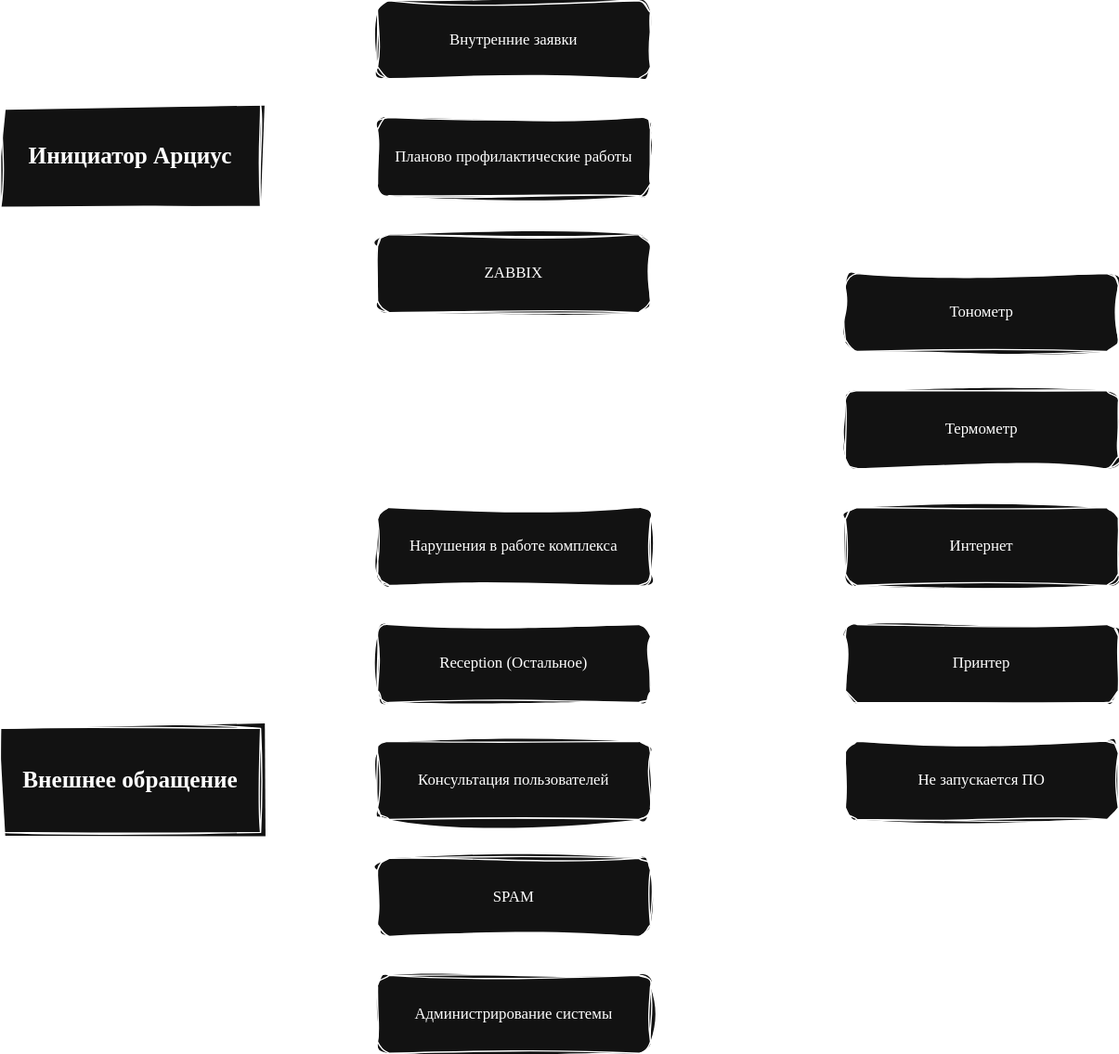
KhatsaevK/drawio keeps this draw.io diagram as test_2.drawio.svg. Above is the earlier version. Source tidied: cells renumbered, new cells last; positions are measured from the earlier drawing's top-left corner, leaving out a move shared by most shapes.
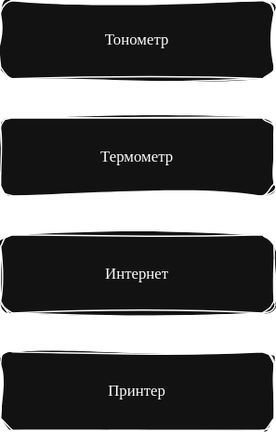
The same file after the commit.

Diff of the diagram source:
```diff
@@ -2,85 +2,6 @@
   <root>
     <mxCell id="0" />
     <mxCell id="1" parent="0" />
-    <mxCell id="2" style="edgeStyle=orthogonalEdgeStyle;rounded=0;sketch=1;hachureGap=4;jiggle=2;curveFitting=1;jettySize=auto;html=1;exitX=1;exitY=0;exitDx=0;exitDy=0;fontFamily=Architects Daughter;fontSource=https%3A%2F%2Ffonts.googleapis.com%2Fcss%3Ffamily%3DArchitects%2BDaughter;entryX=0;entryY=0.5;entryDx=0;entryDy=0;" parent="1" edge="1" source="5" target="12">
-      <mxGeometry relative="1" as="geometry" />
-    </mxCell>
-    <mxCell id="3" style="edgeStyle=orthogonalEdgeStyle;rounded=0;sketch=1;hachureGap=4;jiggle=2;curveFitting=1;jettySize=auto;html=1;exitX=1;exitY=1;exitDx=0;exitDy=0;fontFamily=Architects Daughter;fontSource=https%3A%2F%2Ffonts.googleapis.com%2Fcss%3Ffamily%3DArchitects%2BDaughter;entryX=0;entryY=0.5;entryDx=0;entryDy=0;" parent="1" edge="1" source="5" target="14">
-      <mxGeometry relative="1" as="geometry" />
-    </mxCell>
-    <mxCell id="4" style="edgeStyle=orthogonalEdgeStyle;rounded=0;sketch=1;hachureGap=4;jiggle=2;curveFitting=1;jettySize=auto;html=1;exitX=1;exitY=0.5;exitDx=0;exitDy=0;entryX=0;entryY=0.5;entryDx=0;entryDy=0;fontFamily=Architects Daughter;fontSource=https%3A%2F%2Ffonts.googleapis.com%2Fcss%3Ffamily%3DArchitects%2BDaughter;" parent="1" edge="1" source="5" target="13">
-      <mxGeometry relative="1" as="geometry" />
-    </mxCell>
-    <mxCell id="5" value="&lt;h2&gt;&lt;font face=&quot;Times New Roman&quot;&gt;Инициатор Арциус&lt;/font&gt;&lt;/h2&gt;" style="rounded=0;whiteSpace=wrap;html=1;sketch=1;hachureGap=4;jiggle=2;curveFitting=1;fontFamily=Architects Daughter;fontSource=https%3A%2F%2Ffonts.googleapis.com%2Fcss%3Ffamily%3DArchitects%2BDaughter;" parent="1" vertex="1">
-      <mxGeometry y="80" width="200" height="80" as="geometry" />
-    </mxCell>
-    <mxCell id="6" style="edgeStyle=orthogonalEdgeStyle;rounded=0;sketch=1;hachureGap=4;jiggle=2;curveFitting=1;jettySize=auto;html=1;exitX=1;exitY=0;exitDx=0;exitDy=0;entryX=0;entryY=0.5;entryDx=0;entryDy=0;fontFamily=Architects Daughter;fontSource=https%3A%2F%2Ffonts.googleapis.com%2Fcss%3Ffamily%3DArchitects%2BDaughter;" parent="1" edge="1" source="11" target="20">
-      <mxGeometry relative="1" as="geometry" />
-    </mxCell>
-    <mxCell id="7" style="edgeStyle=orthogonalEdgeStyle;rounded=0;sketch=1;hachureGap=4;jiggle=2;curveFitting=1;jettySize=auto;html=1;exitX=1;exitY=0.25;exitDx=0;exitDy=0;entryX=0;entryY=0.5;entryDx=0;entryDy=0;fontFamily=Architects Daughter;fontSource=https%3A%2F%2Ffonts.googleapis.com%2Fcss%3Ffamily%3DArchitects%2BDaughter;" parent="1" edge="1" source="11" target="21">
-      <mxGeometry relative="1" as="geometry" />
-    </mxCell>
-    <mxCell id="8" style="edgeStyle=orthogonalEdgeStyle;rounded=0;sketch=1;hachureGap=4;jiggle=2;curveFitting=1;jettySize=auto;html=1;exitX=1;exitY=0.5;exitDx=0;exitDy=0;fontFamily=Architects Daughter;fontSource=https%3A%2F%2Ffonts.googleapis.com%2Fcss%3Ffamily%3DArchitects%2BDaughter;" parent="1" edge="1" source="11" target="22">
-      <mxGeometry relative="1" as="geometry" />
-    </mxCell>
-    <mxCell id="9" style="edgeStyle=orthogonalEdgeStyle;rounded=0;sketch=1;hachureGap=4;jiggle=2;curveFitting=1;jettySize=auto;html=1;exitX=1;exitY=0.75;exitDx=0;exitDy=0;entryX=0;entryY=0.5;entryDx=0;entryDy=0;fontFamily=Architects Daughter;fontSource=https%3A%2F%2Ffonts.googleapis.com%2Fcss%3Ffamily%3DArchitects%2BDaughter;" parent="1" edge="1" source="11" target="23">
-      <mxGeometry relative="1" as="geometry" />
-    </mxCell>
-    <mxCell id="10" style="edgeStyle=orthogonalEdgeStyle;rounded=0;sketch=1;hachureGap=4;jiggle=2;curveFitting=1;jettySize=auto;html=1;exitX=1;exitY=1;exitDx=0;exitDy=0;entryX=0;entryY=0.5;entryDx=0;entryDy=0;fontFamily=Architects Daughter;fontSource=https%3A%2F%2Ffonts.googleapis.com%2Fcss%3Ffamily%3DArchitects%2BDaughter;" parent="1" edge="1" source="11" target="24">
-      <mxGeometry relative="1" as="geometry" />
-    </mxCell>
-    <mxCell id="11" value="&lt;h2&gt;&lt;font face=&quot;Times New Roman&quot;&gt;Внешнее обращение&lt;/font&gt;&lt;/h2&gt;" style="rounded=0;whiteSpace=wrap;html=1;sketch=1;hachureGap=4;jiggle=2;curveFitting=1;fontFamily=Architects Daughter;fontSource=https%3A%2F%2Ffonts.googleapis.com%2Fcss%3Ffamily%3DArchitects%2BDaughter;" parent="1" vertex="1">
-      <mxGeometry y="560" width="200" height="80" as="geometry" />
-    </mxCell>
-    <mxCell id="12" value="Внутренние заявки" style="rounded=1;whiteSpace=wrap;html=1;sketch=1;hachureGap=4;jiggle=2;curveFitting=1;fontFamily=Times New Roman;" parent="1" vertex="1">
-      <mxGeometry x="290" width="210" height="60" as="geometry" />
-    </mxCell>
-    <mxCell id="13" value="Планово профилактические работы" style="rounded=1;whiteSpace=wrap;html=1;sketch=1;hachureGap=4;jiggle=2;curveFitting=1;fontFamily=Times New Roman;" parent="1" vertex="1">
-      <mxGeometry x="290" y="90" width="210" height="60" as="geometry" />
-    </mxCell>
-    <mxCell id="14" value="ZABBIX" style="rounded=1;whiteSpace=wrap;html=1;sketch=1;hachureGap=4;jiggle=2;curveFitting=1;fontFamily=Times New Roman;" parent="1" vertex="1">
-      <mxGeometry x="290" y="180" width="210" height="60" as="geometry" />
-    </mxCell>
-    <mxCell id="15" style="edgeStyle=orthogonalEdgeStyle;rounded=0;sketch=1;hachureGap=4;jiggle=2;curveFitting=1;jettySize=auto;html=1;exitX=1;exitY=0;exitDx=0;exitDy=0;entryX=0;entryY=0.5;entryDx=0;entryDy=0;fontFamily=Architects Daughter;fontSource=https%3A%2F%2Ffonts.googleapis.com%2Fcss%3Ffamily%3DArchitects%2BDaughter;" parent="1" edge="1" source="20" target="25">
-      <mxGeometry relative="1" as="geometry">
-        <Array as="points">
-          <mxPoint x="530" y="390" />
-          <mxPoint x="530" y="240" />
-        </Array>
-      </mxGeometry>
-    </mxCell>
-    <mxCell id="16" style="edgeStyle=orthogonalEdgeStyle;rounded=0;sketch=1;hachureGap=4;jiggle=2;curveFitting=1;jettySize=auto;html=1;exitX=1;exitY=0.25;exitDx=0;exitDy=0;entryX=0;entryY=0.5;entryDx=0;entryDy=0;fontFamily=Architects Daughter;fontSource=https%3A%2F%2Ffonts.googleapis.com%2Fcss%3Ffamily%3DArchitects%2BDaughter;" parent="1" edge="1" source="20" target="26">
-      <mxGeometry relative="1" as="geometry" />
-    </mxCell>
-    <mxCell id="17" style="edgeStyle=orthogonalEdgeStyle;rounded=0;sketch=1;hachureGap=4;jiggle=2;curveFitting=1;jettySize=auto;html=1;exitX=1;exitY=0.5;exitDx=0;exitDy=0;entryX=0;entryY=0.5;entryDx=0;entryDy=0;fontFamily=Architects Daughter;fontSource=https%3A%2F%2Ffonts.googleapis.com%2Fcss%3Ffamily%3DArchitects%2BDaughter;" parent="1" edge="1" source="20" target="27">
-      <mxGeometry relative="1" as="geometry" />
-    </mxCell>
-    <mxCell id="18" style="edgeStyle=orthogonalEdgeStyle;rounded=0;sketch=1;hachureGap=4;jiggle=2;curveFitting=1;jettySize=auto;html=1;exitX=1;exitY=0.75;exitDx=0;exitDy=0;entryX=0;entryY=0.5;entryDx=0;entryDy=0;fontFamily=Architects Daughter;fontSource=https%3A%2F%2Ffonts.googleapis.com%2Fcss%3Ffamily%3DArchitects%2BDaughter;" parent="1" edge="1" source="20" target="28">
-      <mxGeometry relative="1" as="geometry" />
-    </mxCell>
-    <mxCell id="19" style="edgeStyle=orthogonalEdgeStyle;rounded=0;sketch=1;hachureGap=4;jiggle=2;curveFitting=1;jettySize=auto;html=1;exitX=1;exitY=1;exitDx=0;exitDy=0;entryX=0;entryY=0.5;entryDx=0;entryDy=0;fontFamily=Architects Daughter;fontSource=https%3A%2F%2Ffonts.googleapis.com%2Fcss%3Ffamily%3DArchitects%2BDaughter;" parent="1" edge="1" source="20" target="29">
-      <mxGeometry relative="1" as="geometry">
-        <Array as="points">
-          <mxPoint x="530" y="450" />
-          <mxPoint x="530" y="600" />
-        </Array>
-      </mxGeometry>
-    </mxCell>
-    <mxCell id="20" value="Нарушения в работе комплекса" style="rounded=1;whiteSpace=wrap;html=1;sketch=1;hachureGap=4;jiggle=2;curveFitting=1;fontFamily=Times New Roman;" parent="1" vertex="1">
-      <mxGeometry x="290" y="390" width="210" height="60" as="geometry" />
-    </mxCell>
-    <mxCell id="21" value="Reception (Остальное)" style="rounded=1;whiteSpace=wrap;html=1;sketch=1;hachureGap=4;jiggle=2;curveFitting=1;fontFamily=Times New Roman;" parent="1" vertex="1">
-      <mxGeometry x="290" y="480" width="210" height="60" as="geometry" />
-    </mxCell>
-    <mxCell id="22" value="Консультация пользователей" style="rounded=1;whiteSpace=wrap;html=1;sketch=1;hachureGap=4;jiggle=2;curveFitting=1;fontFamily=Times New Roman;" parent="1" vertex="1">
-      <mxGeometry x="290" y="570" width="210" height="60" as="geometry" />
-    </mxCell>
-    <mxCell id="23" value="SPAM" style="rounded=1;whiteSpace=wrap;html=1;sketch=1;hachureGap=4;jiggle=2;curveFitting=1;fontFamily=Times New Roman;" parent="1" vertex="1">
-      <mxGeometry x="290" y="660" width="210" height="60" as="geometry" />
-    </mxCell>
-    <mxCell id="24" value="Администрирование системы" style="rounded=1;whiteSpace=wrap;html=1;sketch=1;hachureGap=4;jiggle=2;curveFitting=1;fontFamily=Times New Roman;" parent="1" vertex="1">
-      <mxGeometry x="290" y="750" width="210" height="60" as="geometry" />
-    </mxCell>
     <mxCell id="25" value="Тонометр" style="rounded=1;whiteSpace=wrap;html=1;sketch=1;hachureGap=4;jiggle=2;curveFitting=1;fontFamily=Times New Roman;" parent="1" vertex="1">
       <mxGeometry x="650" y="210" width="210" height="60" as="geometry" />
     </mxCell>
@@ -93,8 +14,5 @@
     <mxCell id="28" value="Принтер" style="rounded=1;whiteSpace=wrap;html=1;sketch=1;hachureGap=4;jiggle=2;curveFitting=1;fontFamily=Times New Roman;" parent="1" vertex="1">
       <mxGeometry x="650" y="480" width="210" height="60" as="geometry" />
     </mxCell>
-    <mxCell id="29" value="Не запускается ПО" style="rounded=1;whiteSpace=wrap;html=1;sketch=1;hachureGap=4;jiggle=2;curveFitting=1;fontFamily=Times New Roman;" parent="1" vertex="1">
-      <mxGeometry x="650" y="570" width="210" height="60" as="geometry" />
-    </mxCell>
   </root>
 </mxGraphModel>
```
